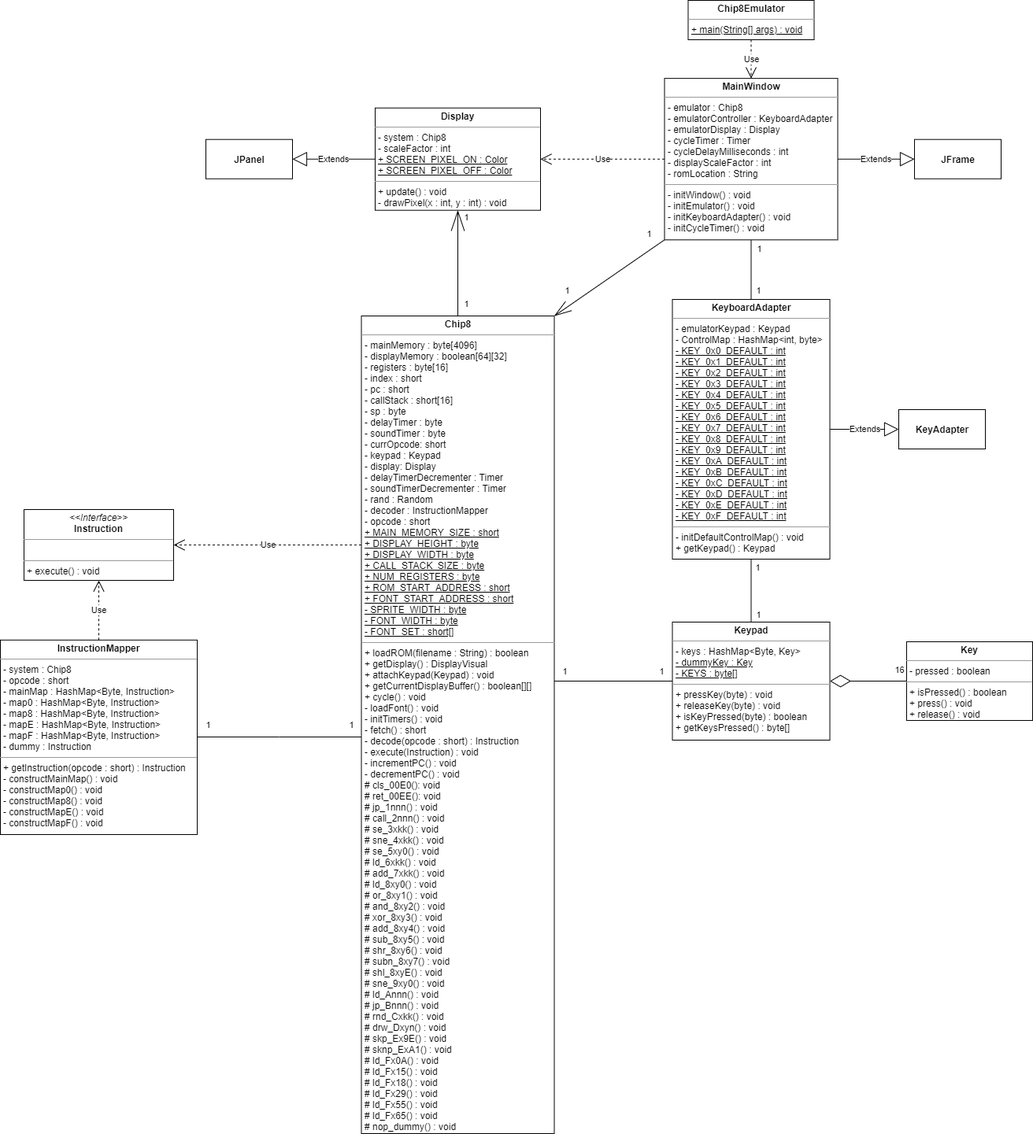
This is diagrams/ClassDiagram.png from Pokepeople02/Chip8, a draw.io export, as it was before one commit. Source tidied: cells renumbered, new cells last; positions are measured from the earlier drawing's top-left corner, leaving out a move shared by most shapes.
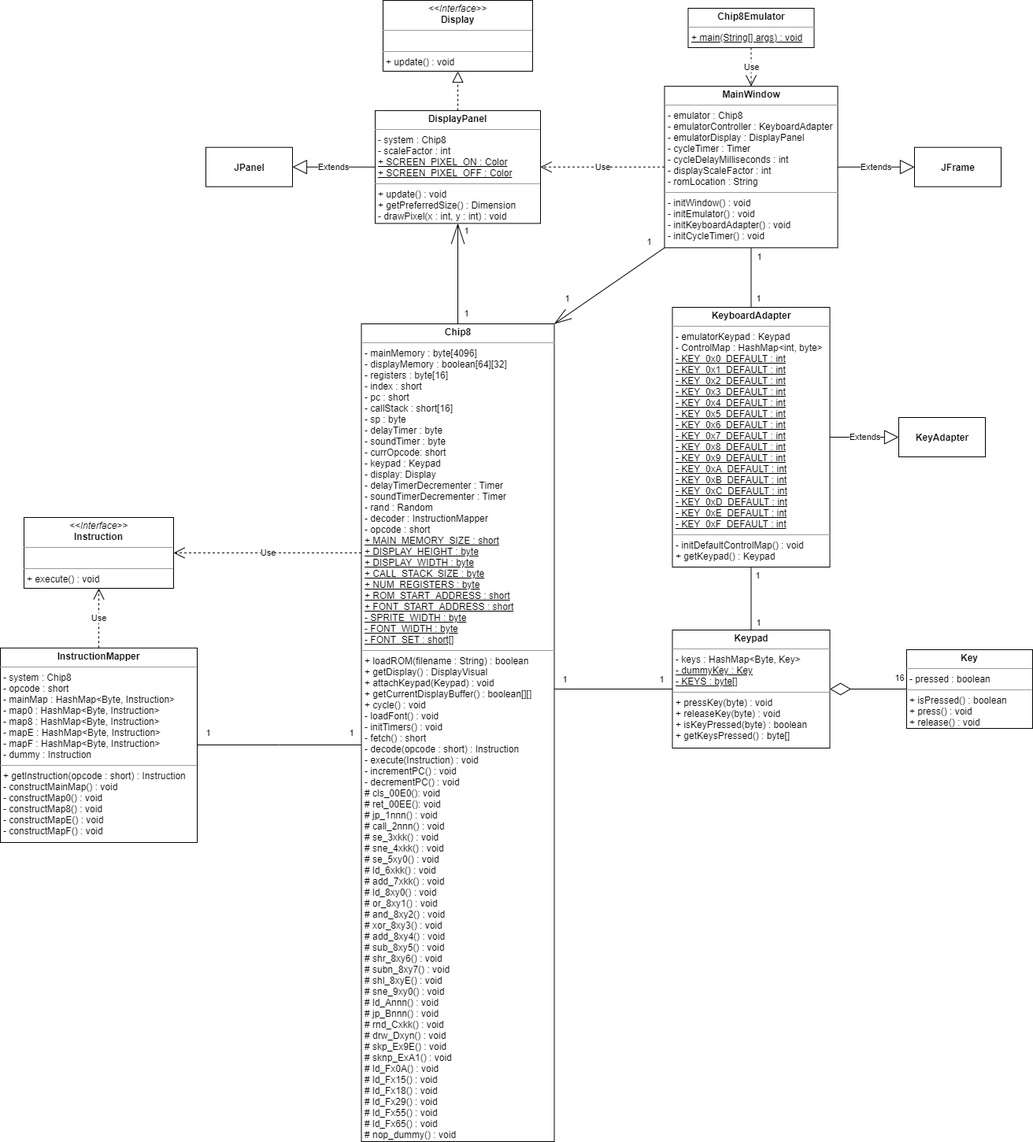
After the commit.

Commit message:
Revised Display implementation in class diagram.

Added Display interface.
Renamed Display class to DisplayPanel.
Added overrided getPreferredSize JPanel method to DisplayPanel.

What changed in the source:
```diff
@@ -69,11 +69,11 @@
         <mxPoint x="8.9" y="0.7" as="offset" />
       </mxGeometry>
     </mxCell>
-    <mxCell id="19" value="&lt;p style=&quot;margin: 0px ; margin-top: 4px ; text-align: center&quot;&gt;&lt;b&gt;MainWindow&lt;/b&gt;&lt;/p&gt;&lt;hr size=&quot;1&quot;&gt;&lt;p style=&quot;margin: 0px ; margin-left: 4px&quot;&gt;&lt;span&gt;- emulator : Chip8&lt;/span&gt;&lt;/p&gt;&lt;p style=&quot;margin: 0px ; margin-left: 4px&quot;&gt;&lt;span&gt;- emulatorController : KeyboardAdapter&lt;/span&gt;&lt;/p&gt;&lt;p style=&quot;margin: 0px ; margin-left: 4px&quot;&gt;&lt;span&gt;- emulatorDisplay : Display&lt;/span&gt;&lt;/p&gt;&lt;p style=&quot;margin: 0px ; margin-left: 4px&quot;&gt;&lt;span&gt;- cycleTimer : Timer&lt;/span&gt;&lt;/p&gt;&lt;p style=&quot;margin: 0px ; margin-left: 4px&quot;&gt;&lt;span&gt;- cycleDelayMilliseconds : int&lt;/span&gt;&lt;/p&gt;&lt;p style=&quot;margin: 0px ; margin-left: 4px&quot;&gt;&lt;span&gt;- displayScaleFactor : int&lt;/span&gt;&lt;/p&gt;&lt;p style=&quot;margin: 0px ; margin-left: 4px&quot;&gt;&lt;span&gt;- romLocation : String&lt;/span&gt;&lt;/p&gt;&lt;hr size=&quot;1&quot;&gt;&lt;p style=&quot;margin: 0px ; margin-left: 4px&quot;&gt;- initWindow() : void&lt;/p&gt;&lt;p style=&quot;margin: 0px ; margin-left: 4px&quot;&gt;- initEmulator() : void&lt;/p&gt;&lt;p style=&quot;margin: 0px ; margin-left: 4px&quot;&gt;- initKeyboardAdapter() : void&lt;/p&gt;&lt;p style=&quot;margin: 0px ; margin-left: 4px&quot;&gt;- initCycleTimer() : void&lt;/p&gt;" style="verticalAlign=top;align=left;overflow=fill;fontSize=12;fontFamily=Helvetica;html=1;" parent="1" vertex="1">
+    <mxCell id="19" value="&lt;p style=&quot;margin: 0px ; margin-top: 4px ; text-align: center&quot;&gt;&lt;b&gt;MainWindow&lt;/b&gt;&lt;/p&gt;&lt;hr size=&quot;1&quot;&gt;&lt;p style=&quot;margin: 0px ; margin-left: 4px&quot;&gt;&lt;span&gt;- emulator : Chip8&lt;/span&gt;&lt;/p&gt;&lt;p style=&quot;margin: 0px ; margin-left: 4px&quot;&gt;&lt;span&gt;- emulatorController : KeyboardAdapter&lt;/span&gt;&lt;/p&gt;&lt;p style=&quot;margin: 0px ; margin-left: 4px&quot;&gt;&lt;span&gt;- emulatorDisplay : DisplayPanel&lt;/span&gt;&lt;/p&gt;&lt;p style=&quot;margin: 0px ; margin-left: 4px&quot;&gt;&lt;span&gt;- cycleTimer : Timer&lt;/span&gt;&lt;/p&gt;&lt;p style=&quot;margin: 0px ; margin-left: 4px&quot;&gt;&lt;span&gt;- cycleDelayMilliseconds : int&lt;/span&gt;&lt;/p&gt;&lt;p style=&quot;margin: 0px ; margin-left: 4px&quot;&gt;&lt;span&gt;- displayScaleFactor : int&lt;/span&gt;&lt;/p&gt;&lt;p style=&quot;margin: 0px ; margin-left: 4px&quot;&gt;&lt;span&gt;- romLocation : String&lt;/span&gt;&lt;/p&gt;&lt;hr size=&quot;1&quot;&gt;&lt;p style=&quot;margin: 0px ; margin-left: 4px&quot;&gt;- initWindow() : void&lt;/p&gt;&lt;p style=&quot;margin: 0px ; margin-left: 4px&quot;&gt;- initEmulator() : void&lt;/p&gt;&lt;p style=&quot;margin: 0px ; margin-left: 4px&quot;&gt;- initKeyboardAdapter() : void&lt;/p&gt;&lt;p style=&quot;margin: 0px ; margin-left: 4px&quot;&gt;- initCycleTimer() : void&lt;/p&gt;" style="verticalAlign=top;align=left;overflow=fill;fontSize=12;fontFamily=Helvetica;html=1;" parent="1" vertex="1">
       <mxGeometry x="843.5" y="99.1" width="220" height="205.2" as="geometry" />
     </mxCell>
-    <mxCell id="20" value="&lt;p style=&quot;margin: 0px ; margin-top: 4px ; text-align: center&quot;&gt;&lt;b&gt;Display&lt;/b&gt;&lt;/p&gt;&lt;hr size=&quot;1&quot;&gt;&lt;p style=&quot;margin: 0px ; margin-left: 4px&quot;&gt;- system : Chip8&lt;/p&gt;&lt;p style=&quot;margin: 0px ; margin-left: 4px&quot;&gt;- scaleFactor : int&lt;/p&gt;&lt;p style=&quot;margin: 0px ; margin-left: 4px&quot;&gt;&lt;u&gt;+ SCREEN_PIXEL_ON : Color&lt;/u&gt;&lt;br&gt;&lt;/p&gt;&lt;p style=&quot;margin: 0px ; margin-left: 4px&quot;&gt;&lt;u&gt;+ SCREEN_PIXEL_OFF : Color&lt;/u&gt;&lt;/p&gt;&lt;hr size=&quot;1&quot;&gt;&lt;p style=&quot;margin: 0px ; margin-left: 4px&quot;&gt;+ update() : void&lt;/p&gt;&lt;p style=&quot;margin: 0px ; margin-left: 4px&quot;&gt;- drawPixel(x : int, y : int) : void&lt;/p&gt;" style="verticalAlign=top;align=left;overflow=fill;fontSize=12;fontFamily=Helvetica;html=1;" parent="1" vertex="1">
-      <mxGeometry x="476" y="136.7" width="210" height="130" as="geometry" />
+    <mxCell id="20" value="&lt;p style=&quot;margin: 0px ; margin-top: 4px ; text-align: center&quot;&gt;&lt;b&gt;DisplayPanel&lt;/b&gt;&lt;/p&gt;&lt;hr size=&quot;1&quot;&gt;&lt;p style=&quot;margin: 0px ; margin-left: 4px&quot;&gt;- system : Chip8&lt;/p&gt;&lt;p style=&quot;margin: 0px ; margin-left: 4px&quot;&gt;- scaleFactor : int&lt;/p&gt;&lt;p style=&quot;margin: 0px ; margin-left: 4px&quot;&gt;&lt;u&gt;+ SCREEN_PIXEL_ON : Color&lt;/u&gt;&lt;br&gt;&lt;/p&gt;&lt;p style=&quot;margin: 0px ; margin-left: 4px&quot;&gt;&lt;u&gt;+ SCREEN_PIXEL_OFF : Color&lt;/u&gt;&lt;/p&gt;&lt;hr size=&quot;1&quot;&gt;&lt;p style=&quot;margin: 0px ; margin-left: 4px&quot;&gt;+ update() : void&lt;/p&gt;&lt;p style=&quot;margin: 0px ; margin-left: 4px&quot;&gt;+ getPreferredSize() : Dimension&lt;/p&gt;&lt;p style=&quot;margin: 0px ; margin-left: 4px&quot;&gt;- drawPixel(x : int, y : int) : void&lt;/p&gt;" style="verticalAlign=top;align=left;overflow=fill;fontSize=12;fontFamily=Helvetica;html=1;" parent="1" vertex="1">
+      <mxGeometry x="476" y="130.1" width="210" height="143.3" as="geometry" />
     </mxCell>
     <mxCell id="21" value="Use" style="endArrow=open;endSize=12;dashed=1;html=1;edgeStyle=elbowEdgeStyle;elbow=vertical;" parent="1" edge="1" source="5" target="12">
       <mxGeometry relative="1" as="geometry" />
@@ -145,5 +145,11 @@
         <mxPoint x="1" y="-13" as="offset" />
       </mxGeometry>
     </mxCell>
+    <mxCell id="41" value="&lt;p style=&quot;margin: 0px ; margin-top: 4px ; text-align: center&quot;&gt;&lt;i&gt;&amp;lt;&amp;lt;Interface&amp;gt;&amp;gt;&lt;/i&gt;&lt;br&gt;&lt;b&gt;Display&lt;/b&gt;&lt;/p&gt;&lt;hr size=&quot;1&quot;&gt;&lt;p style=&quot;margin: 0px ; margin-left: 4px&quot;&gt;&lt;br&gt;&lt;/p&gt;&lt;hr size=&quot;1&quot;&gt;&lt;p style=&quot;margin: 0px ; margin-left: 4px&quot;&gt;+ update() : void&lt;/p&gt;" style="verticalAlign=top;align=left;overflow=fill;fontSize=12;fontFamily=Helvetica;html=1;" parent="1" vertex="1">
+      <mxGeometry x="486" y="-10" width="190" height="90" as="geometry" />
+    </mxCell>
+    <mxCell id="42" style="endArrow=block;dashed=1;endFill=0;endSize=12;html=1;" parent="1" edge="1" source="20" target="41">
+      <mxGeometry relative="1" as="geometry" />
+    </mxCell>
   </root>
 </mxGraphModel>
```
